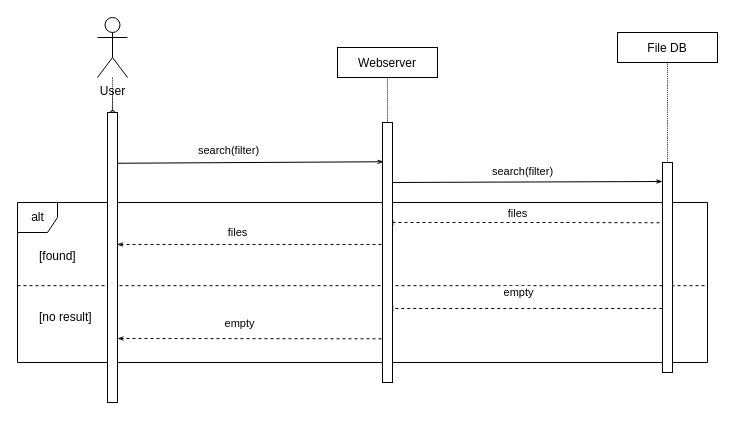
Earlier version of the draw.io diagram page "search" (2 of 8) of Diagrams/sequence/search.drawio (rittakos/CreaTeam-ComputerSecurity). Source tidied: cells renumbered, new cells numbered last; positions are measured from the earlier drawing's top-left corner, leaving out a move shared by most shapes. Both pictures are drawn from the tidied source at 100%, with x=0, y=0 at pixel (17, 17).
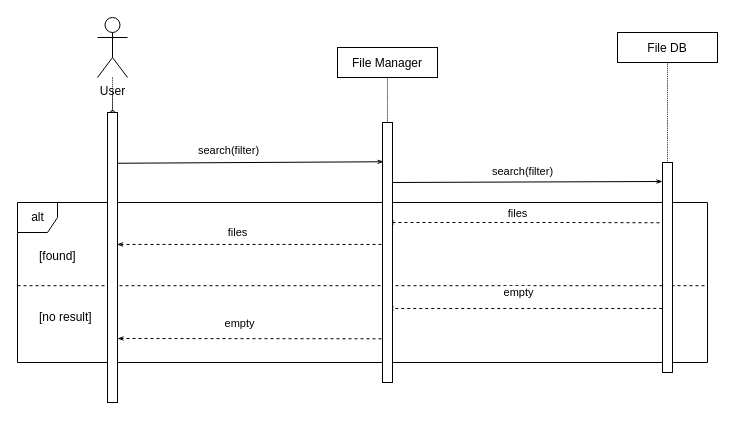
After the change.

Change to the diagram source:
```diff
@@
-    <mxCell id="16" value="Webserver" style="rounded=0;dashed=0;" parent="1" vertex="1">
+    <mxCell id="16" value="File Manager" style="rounded=0;dashed=0;" parent="1" vertex="1">
       <mxGeometry x="320" y="30" width="100" height="30" as="geometry" />
     </mxCell>
```
